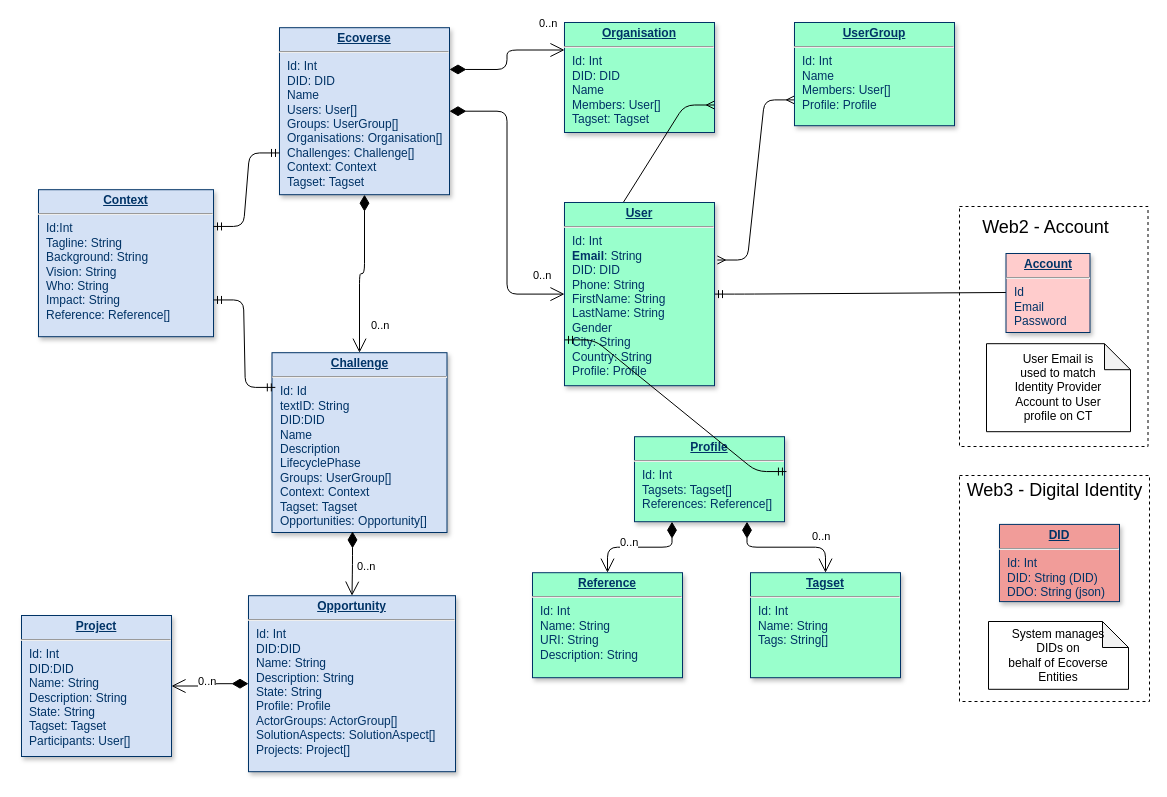
The draw.io diagram Design/LogicalDataModel.drawio in alkem-io/alkemio, before the edit. Source tidied: cells renumbered, new cells numbered last; positions are measured from the earlier drawing's top-left corner, leaving out a move shared by most shapes. Both pictures are drawn from the tidied source at 100%, with x=0, y=0 at pixel (21, 22).
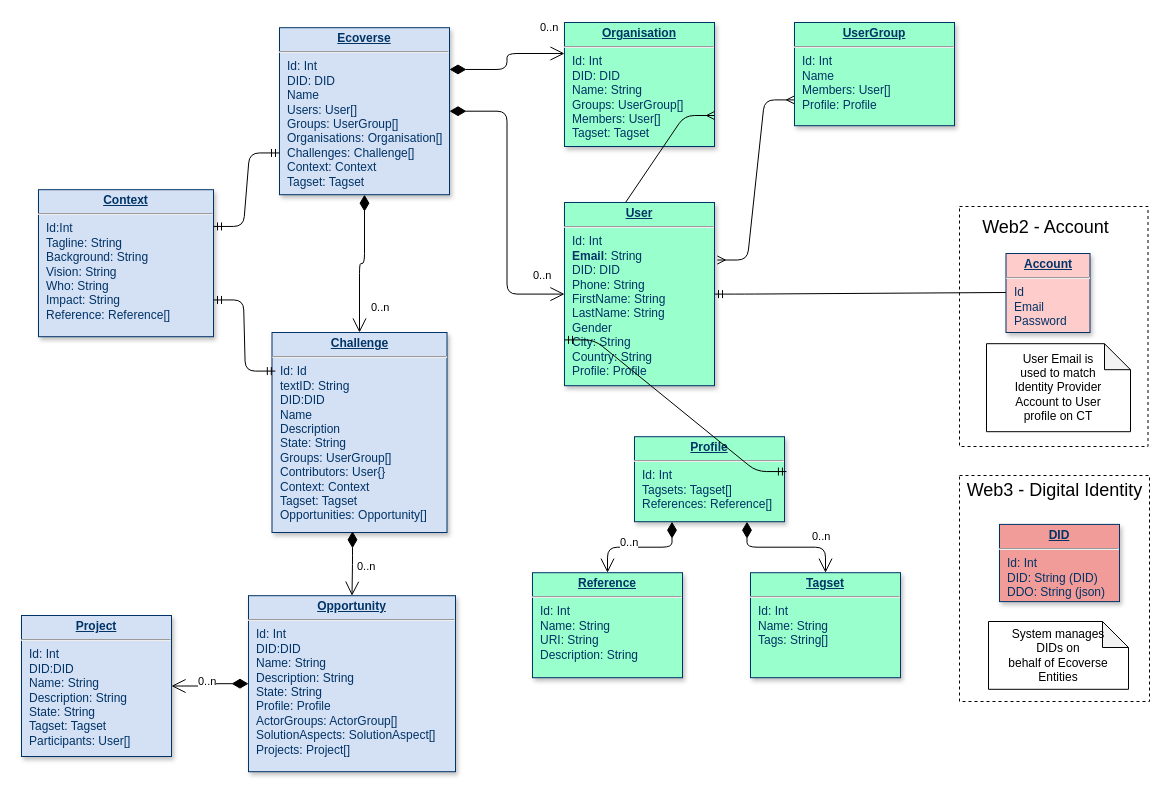
After the change.

Commit message (it also covers changes not shown here):
updated a couple of items in the logical data model

Change to the diagram source:
```diff
@@
-    <mxCell id="4" value="&lt;p style=&quot;margin: 0px ; margin-top: 4px ; text-align: center ; text-decoration: underline&quot;&gt;&lt;strong&gt;Challenge&lt;/strong&gt;&lt;/p&gt;&lt;hr&gt;&lt;p style=&quot;margin: 0px ; margin-left: 8px&quot;&gt;Id: Id&lt;/p&gt;&lt;p style=&quot;margin: 0px ; margin-left: 8px&quot;&gt;textID: String&lt;/p&gt;&lt;p style=&quot;margin: 0px ; margin-left: 8px&quot;&gt;DID:DID&lt;/p&gt;&lt;p style=&quot;margin: 0px ; margin-left: 8px&quot;&gt;Name&lt;/p&gt;&lt;p style=&quot;margin: 0px ; margin-left: 8px&quot;&gt;Description&lt;/p&gt;&lt;p style=&quot;margin: 0px ; margin-left: 8px&quot;&gt;LifecyclePhase&lt;/p&gt;&lt;p style=&quot;margin: 0px 0px 0px 8px&quot;&gt;&lt;span&gt;Groups: UserGroup[]&lt;/span&gt;&lt;br&gt;&lt;/p&gt;&lt;p style=&quot;margin: 0px 0px 0px 8px&quot;&gt;&lt;span&gt;Context: Context&lt;/span&gt;&lt;/p&gt;&lt;p style=&quot;margin: 0px 0px 0px 8px&quot;&gt;&lt;span&gt;Tagset: Tagset&lt;/span&gt;&lt;/p&gt;&lt;p style=&quot;margin: 0px 0px 0px 8px&quot;&gt;&lt;span&gt;Opportunities: Opportunity[]&lt;/span&gt;&lt;/p&gt;&lt;div&gt;&lt;span&gt;&lt;br&gt;&lt;/span&gt;&lt;/div&gt;" style="verticalAlign=top;align=left;overflow=fill;fontSize=12;fontFamily=Helvetica;html=1;strokeColor=#003366;shadow=1;fillColor=#D4E1F5;fontColor=#003366;" parent="1" vertex="1">
-      <mxGeometry x="250.5" y="330.2" width="175" height="179.8" as="geometry" />
+    <mxCell id="4" value="&lt;p style=&quot;margin: 0px ; margin-top: 4px ; text-align: center ; text-decoration: underline&quot;&gt;&lt;strong&gt;Challenge&lt;/strong&gt;&lt;/p&gt;&lt;hr&gt;&lt;p style=&quot;margin: 0px ; margin-left: 8px&quot;&gt;Id: Id&lt;/p&gt;&lt;p style=&quot;margin: 0px ; margin-left: 8px&quot;&gt;textID: String&lt;/p&gt;&lt;p style=&quot;margin: 0px ; margin-left: 8px&quot;&gt;DID:DID&lt;/p&gt;&lt;p style=&quot;margin: 0px ; margin-left: 8px&quot;&gt;Name&lt;/p&gt;&lt;p style=&quot;margin: 0px ; margin-left: 8px&quot;&gt;Description&lt;/p&gt;&lt;p style=&quot;margin: 0px ; margin-left: 8px&quot;&gt;State: String&lt;/p&gt;&lt;p style=&quot;margin: 0px 0px 0px 8px&quot;&gt;&lt;span&gt;Groups: UserGroup[]&lt;/span&gt;&lt;br&gt;&lt;/p&gt;&lt;p style=&quot;margin: 0px 0px 0px 8px&quot;&gt;&lt;span&gt;Contributors: User{}&lt;/span&gt;&lt;/p&gt;&lt;p style=&quot;margin: 0px 0px 0px 8px&quot;&gt;&lt;span&gt;Context: Context&lt;/span&gt;&lt;/p&gt;&lt;p style=&quot;margin: 0px 0px 0px 8px&quot;&gt;&lt;span&gt;Tagset: Tagset&lt;/span&gt;&lt;/p&gt;&lt;p style=&quot;margin: 0px 0px 0px 8px&quot;&gt;&lt;span&gt;Opportunities: Opportunity[]&lt;/span&gt;&lt;/p&gt;&lt;div&gt;&lt;span&gt;&lt;br&gt;&lt;/span&gt;&lt;/div&gt;" style="verticalAlign=top;align=left;overflow=fill;fontSize=12;fontFamily=Helvetica;html=1;strokeColor=#003366;shadow=1;fillColor=#D4E1F5;fontColor=#003366;" parent="1" vertex="1">
+      <mxGeometry x="250.5" y="310" width="175" height="200" as="geometry" />
     </mxCell>
@@
-    <mxCell id="11" value="&lt;p style=&quot;margin: 0px ; margin-top: 4px ; text-align: center ; text-decoration: underline&quot;&gt;&lt;b&gt;Organisation&lt;/b&gt;&lt;/p&gt;&lt;hr&gt;&lt;p style=&quot;margin: 0px ; margin-left: 8px&quot;&gt;Id: Int&lt;/p&gt;&lt;p style=&quot;margin: 0px ; margin-left: 8px&quot;&gt;DID: DID&lt;/p&gt;&lt;p style=&quot;margin: 0px ; margin-left: 8px&quot;&gt;Name&lt;/p&gt;&lt;p style=&quot;margin: 0px ; margin-left: 8px&quot;&gt;&lt;span&gt;Members: User[]&lt;/span&gt;&lt;br&gt;&lt;/p&gt;&lt;p style=&quot;margin: 0px ; margin-left: 8px&quot;&gt;Tagset: Tagset&lt;br&gt;&lt;/p&gt;" style="verticalAlign=top;align=left;overflow=fill;fontSize=12;fontFamily=Helvetica;html=1;strokeColor=#003366;shadow=1;fillColor=#99FFCC;fontColor=#003366;" parent="1" vertex="1">
-      <mxGeometry x="543" width="150" height="110" as="geometry" />
+    <mxCell id="11" value="&lt;p style=&quot;margin: 0px ; margin-top: 4px ; text-align: center ; text-decoration: underline&quot;&gt;&lt;b&gt;Organisation&lt;/b&gt;&lt;/p&gt;&lt;hr&gt;&lt;p style=&quot;margin: 0px ; margin-left: 8px&quot;&gt;Id: Int&lt;/p&gt;&lt;p style=&quot;margin: 0px ; margin-left: 8px&quot;&gt;DID: DID&lt;/p&gt;&lt;p style=&quot;margin: 0px ; margin-left: 8px&quot;&gt;Name: String&lt;/p&gt;&lt;p style=&quot;margin: 0px ; margin-left: 8px&quot;&gt;Groups: UserGroup[]&lt;/p&gt;&lt;p style=&quot;margin: 0px ; margin-left: 8px&quot;&gt;&lt;span&gt;Members: User[]&lt;/span&gt;&lt;br&gt;&lt;/p&gt;&lt;p style=&quot;margin: 0px ; margin-left: 8px&quot;&gt;Tagset: Tagset&lt;br&gt;&lt;/p&gt;" style="verticalAlign=top;align=left;overflow=fill;fontSize=12;fontFamily=Helvetica;html=1;strokeColor=#003366;shadow=1;fillColor=#99FFCC;fontColor=#003366;" parent="1" vertex="1">
+      <mxGeometry x="543" width="150" height="124" as="geometry" />
     </mxCell>
```
